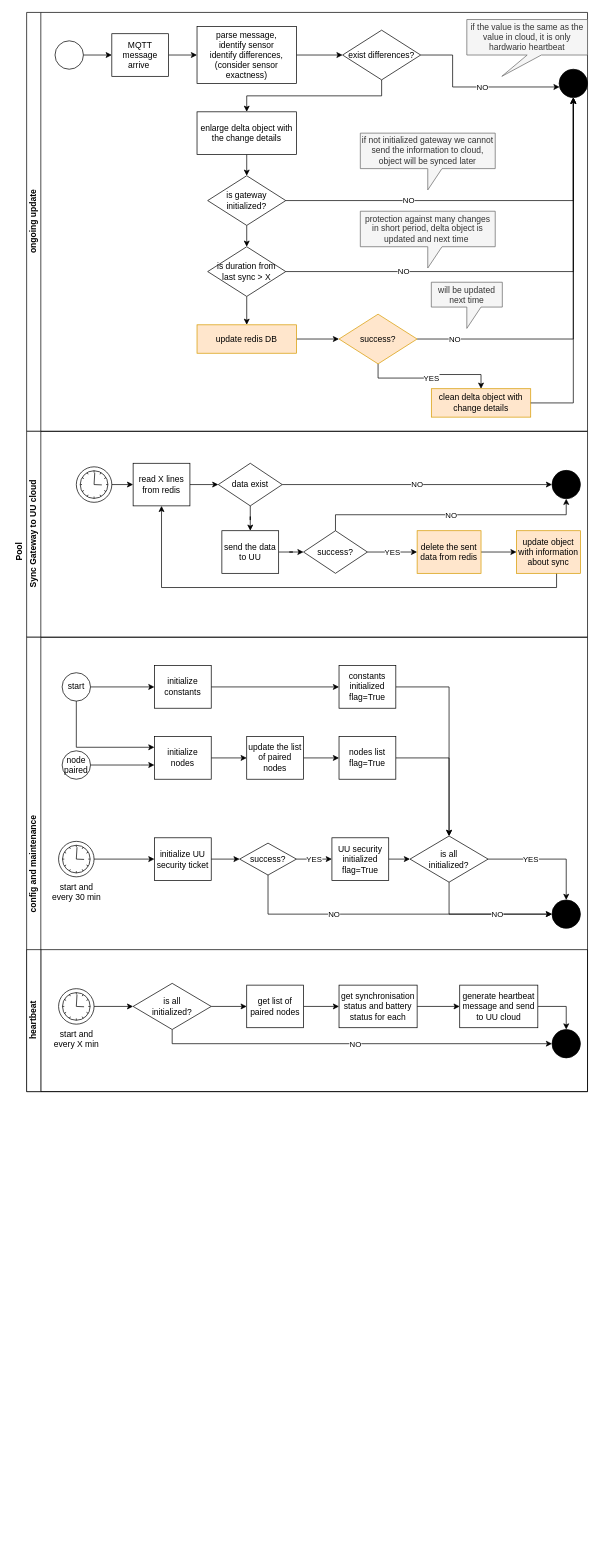
pama78/ucl keeps this draw.io diagram as MIOT swimlines.drawio. Above is the earlier version. Source tidied: cells renumbered, new cells numbered last; positions are measured from the earlier drawing's top-left corner, leaving out a move shared by most shapes. Both pictures are drawn from the tidied source at 71%, with x=0, y=0 at pixel (12, 12).
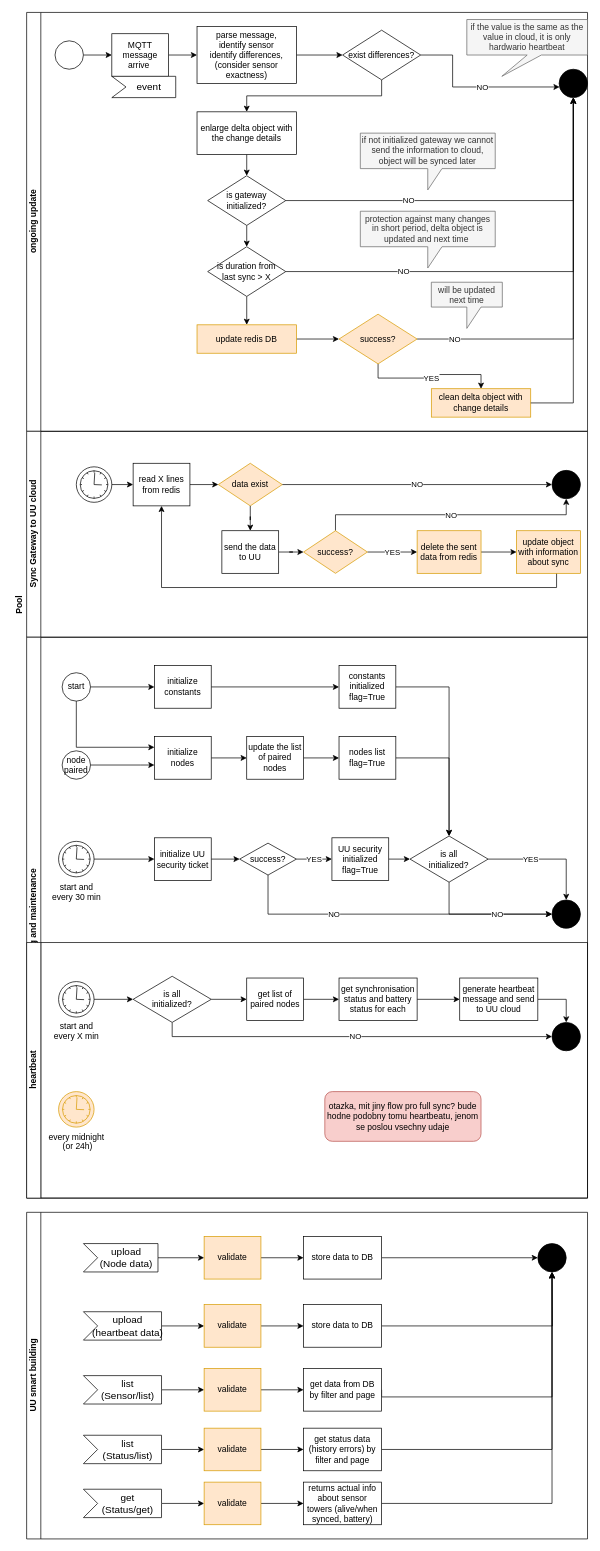
The same page after the edit.

Unchanged cells that the change refers to:
```xml
<mxCell id="3" value="ongoing update" style="swimlane;html=1;startSize=20;horizontal=0;" parent="2" vertex="1">
  <mxGeometry x="20" width="790" height="590" as="geometry" />
</mxCell>
<mxCell id="34" value="Sync Gateway to UU cloud" style="swimlane;html=1;startSize=20;horizontal=0;" parent="2" vertex="1">
  <mxGeometry x="20" y="590" width="790" height="290" as="geometry" />
</mxCell>
```

Change to the diagram source:
```diff
@@
     <mxCell id="2" value="Pool" style="swimlane;html=1;horizontal=0;startSize=20;strokeColor=#FFFFFF;" parent="1" vertex="1">
-      <mxGeometry width="810" height="1520" as="geometry" />
+      <mxGeometry width="810" height="1670" as="geometry" />
     </mxCell>
@@
+    <mxCell id="96" value="event" style="html=1;shape=mxgraph.infographic.ribbonSimple;notch1=20;notch2=0;align=center;verticalAlign=middle;fontSize=14;fontStyle=0;fillColor=#FFFFFF;flipH=0;spacingRight=0;spacingLeft=14;" parent="3" vertex="1">
+      <mxGeometry x="120" y="90" width="90" height="30" as="geometry" />
+    </mxCell>
@@
-    <mxCell id="38" value="data exist" style="rhombus;whiteSpace=wrap;html=1;fontFamily=Helvetica;fontSize=12;fontColor=#000000;align=center;" parent="34" vertex="1">
+    <mxCell id="38" value="data exist" style="rhombus;whiteSpace=wrap;html=1;fontFamily=Helvetica;fontSize=12;align=center;fillColor=#ffe6cc;strokeColor=#d79b00;" parent="34" vertex="1">
       <mxGeometry x="270" y="45" width="90" height="60" as="geometry" />
     </mxCell>
@@
-    <mxCell id="47" value="success?" style="rhombus;whiteSpace=wrap;html=1;fontFamily=Helvetica;fontSize=12;fontColor=#000000;align=center;" parent="34" vertex="1">
+    <mxCell id="47" value="success?" style="rhombus;whiteSpace=wrap;html=1;fontFamily=Helvetica;fontSize=12;align=center;fillColor=#ffe6cc;strokeColor=#d79b00;" parent="34" vertex="1">
       <mxGeometry x="390" y="140" width="90" height="60" as="geometry" />
     </mxCell>
@@
     <mxCell id="52" value="config and maintenance" style="swimlane;html=1;startSize=20;horizontal=0;" parent="2" vertex="1">
-      <mxGeometry x="20" y="880" width="790" height="640" as="geometry" />
+      <mxGeometry x="20" y="880" width="790" height="790" as="geometry" />
     </mxCell>
@@
     <mxCell id="82" value="heartbeat" style="swimlane;html=1;startSize=20;horizontal=0;" parent="52" vertex="1">
-      <mxGeometry y="440" width="790" height="200" as="geometry" />
+      <mxGeometry y="430" width="790" height="360" as="geometry" />
     </mxCell>
@@
+    <mxCell id="97" value="otazka, mit jiny flow pro full sync? bude hodne podobny tomu heartbeatu, jenom se poslou vsechny udaje" style="rounded=1;whiteSpace=wrap;html=1;fillColor=#f8cecc;strokeColor=#b85450;" parent="82" vertex="1">
+      <mxGeometry x="420" y="210" width="220" height="70" as="geometry" />
+    </mxCell>
+    <mxCell id="98" value="every midnight&lt;br&gt;&amp;nbsp;(or 24h)&lt;br&gt;" style="shape=mxgraph.bpmn.shape;html=1;verticalLabelPosition=bottom;labelBackgroundColor=#ffffff;verticalAlign=top;align=center;perimeter=ellipsePerimeter;outline=standard;symbol=timer;fillColor=#ffe6cc;strokeColor=#d79b00;" parent="82" vertex="1">
+      <mxGeometry x="45" y="210" width="50" height="50" as="geometry" />
+    </mxCell>
@@
+    <mxCell id="99" value="UU smart building" style="swimlane;html=1;startSize=20;horizontal=0;" parent="1" vertex="1">
+      <mxGeometry x="20" y="1690" width="790" height="460" as="geometry" />
+    </mxCell>
+    <mxCell id="100" style="edgeStyle=orthogonalEdgeStyle;rounded=0;jettySize=auto;html=1;exitX=1;exitY=0.5;exitDx=0;exitDy=0;" parent="99" edge="1" source="101" target="103">
+      <mxGeometry relative="1" as="geometry" />
+    </mxCell>
+    <mxCell id="101" value="validate" style="rounded=0;whiteSpace=wrap;html=1;fontFamily=Helvetica;fontSize=12;align=center;fillColor=#ffe6cc;strokeColor=#d79b00;" parent="99" vertex="1">
+      <mxGeometry x="250" y="34" width="80" height="60" as="geometry" />
+    </mxCell>
+    <mxCell id="102" style="edgeStyle=orthogonalEdgeStyle;rounded=0;jettySize=auto;html=1;exitX=1;exitY=0.5;exitDx=0;exitDy=0;" parent="99" edge="1" source="103" target="114">
+      <mxGeometry relative="1" as="geometry" />
+    </mxCell>
+    <mxCell id="103" value="store data to DB" style="rounded=0;whiteSpace=wrap;html=1;fontFamily=Helvetica;fontSize=12;fontColor=#000000;align=center;" parent="99" vertex="1">
+      <mxGeometry x="390" y="34" width="110" height="60" as="geometry" />
+    </mxCell>
+    <mxCell id="104" style="edgeStyle=orthogonalEdgeStyle;rounded=0;jettySize=auto;html=1;" parent="99" edge="1" source="105" target="101">
+      <mxGeometry relative="1" as="geometry" />
+    </mxCell>
+    <mxCell id="105" value="upload &lt;br&gt;(Node data)" style="html=1;shape=mxgraph.infographic.ribbonSimple;notch1=20;notch2=0;align=center;verticalAlign=middle;fontSize=14;fontStyle=0;fillColor=#FFFFFF;flipH=0;spacingRight=0;spacingLeft=14;" parent="99" vertex="1">
+      <mxGeometry x="80" y="44" width="105" height="40" as="geometry" />
+    </mxCell>
+    <mxCell id="106" style="edgeStyle=orthogonalEdgeStyle;rounded=0;jettySize=auto;html=1;exitX=1;exitY=0.5;exitDx=0;exitDy=0;exitPerimeter=0;entryX=0;entryY=0.5;entryDx=0;entryDy=0;" parent="99" edge="1" source="107" target="109">
+      <mxGeometry relative="1" as="geometry" />
+    </mxCell>
+    <mxCell id="107" value="upload &lt;br&gt;(heartbeat data)" style="html=1;shape=mxgraph.infographic.ribbonSimple;notch1=20;notch2=0;align=center;verticalAlign=middle;fontSize=14;fontStyle=0;fillColor=#FFFFFF;flipH=0;spacingRight=0;spacingLeft=14;" parent="99" vertex="1">
+      <mxGeometry x="80" y="140" width="110" height="40" as="geometry" />
+    </mxCell>
+    <mxCell id="108" style="edgeStyle=orthogonalEdgeStyle;rounded=0;jettySize=auto;html=1;exitX=1;exitY=0.5;exitDx=0;exitDy=0;entryX=0;entryY=0.5;entryDx=0;entryDy=0;" parent="99" edge="1" source="109" target="111">
+      <mxGeometry relative="1" as="geometry" />
+    </mxCell>
+    <mxCell id="109" value="validate" style="rounded=0;whiteSpace=wrap;html=1;fontFamily=Helvetica;fontSize=12;align=center;fillColor=#ffe6cc;strokeColor=#d79b00;" parent="99" vertex="1">
+      <mxGeometry x="250" y="130" width="80" height="60" as="geometry" />
+    </mxCell>
+    <mxCell id="110" style="edgeStyle=orthogonalEdgeStyle;rounded=0;jettySize=auto;html=1;exitX=1;exitY=0.5;exitDx=0;exitDy=0;" parent="99" edge="1" source="111">
+      <mxGeometry relative="1" as="geometry">
+        <mxPoint x="740" y="85" as="targetPoint" />
+      </mxGeometry>
+    </mxCell>
+    <mxCell id="111" value="store data to DB" style="rounded=0;whiteSpace=wrap;html=1;fontFamily=Helvetica;fontSize=12;fontColor=#000000;align=center;" parent="99" vertex="1">
+      <mxGeometry x="390" y="130" width="110" height="60" as="geometry" />
+    </mxCell>
+    <mxCell id="112" style="edgeStyle=orthogonalEdgeStyle;rounded=0;jettySize=auto;html=1;exitX=1;exitY=0.5;exitDx=0;exitDy=0;exitPerimeter=0;entryX=0;entryY=0.5;entryDx=0;entryDy=0;" parent="99" edge="1" source="113" target="116">
+      <mxGeometry relative="1" as="geometry" />
+    </mxCell>
+    <mxCell id="113" value="list &lt;br&gt;(Sensor/list)" style="html=1;shape=mxgraph.infographic.ribbonSimple;notch1=20;notch2=0;align=center;verticalAlign=middle;fontSize=14;fontStyle=0;fillColor=#FFFFFF;flipH=0;spacingRight=0;spacingLeft=14;" parent="99" vertex="1">
+      <mxGeometry x="80" y="230" width="110" height="40" as="geometry" />
+    </mxCell>
+    <mxCell id="114" style="ellipse;whiteSpace=wrap;html=1;fillColor=#000000;" parent="99" vertex="1">
+      <mxGeometry x="720" y="44" width="40" height="40" as="geometry" />
+    </mxCell>
+    <mxCell id="115" style="edgeStyle=orthogonalEdgeStyle;rounded=0;jettySize=auto;html=1;exitX=1;exitY=0.5;exitDx=0;exitDy=0;" parent="99" edge="1" source="116" target="122">
+      <mxGeometry relative="1" as="geometry" />
+    </mxCell>
+    <mxCell id="116" value="validate" style="rounded=0;whiteSpace=wrap;html=1;fontFamily=Helvetica;fontSize=12;align=center;fillColor=#ffe6cc;strokeColor=#d79b00;" parent="99" vertex="1">
+      <mxGeometry x="250" y="220" width="80" height="60" as="geometry" />
+    </mxCell>
+    <mxCell id="117" style="edgeStyle=orthogonalEdgeStyle;rounded=0;jettySize=auto;html=1;exitX=1;exitY=0.5;exitDx=0;exitDy=0;exitPerimeter=0;" parent="99" edge="1" source="118" target="120">
+      <mxGeometry relative="1" as="geometry" />
+    </mxCell>
+    <mxCell id="118" value="list &lt;br&gt;(Status/list)" style="html=1;shape=mxgraph.infographic.ribbonSimple;notch1=20;notch2=0;align=center;verticalAlign=middle;fontSize=14;fontStyle=0;fillColor=#FFFFFF;flipH=0;spacingRight=0;spacingLeft=14;" parent="99" vertex="1">
+      <mxGeometry x="80" y="314" width="110" height="40" as="geometry" />
+    </mxCell>
+    <mxCell id="119" style="edgeStyle=orthogonalEdgeStyle;rounded=0;jettySize=auto;html=1;exitX=1;exitY=0.5;exitDx=0;exitDy=0;" parent="99" edge="1" source="120" target="124">
+      <mxGeometry relative="1" as="geometry" />
+    </mxCell>
+    <mxCell id="120" value="validate" style="rounded=0;whiteSpace=wrap;html=1;fontFamily=Helvetica;fontSize=12;align=center;fillColor=#ffe6cc;strokeColor=#d79b00;" parent="99" vertex="1">
+      <mxGeometry x="250" y="304" width="80" height="60" as="geometry" />
+    </mxCell>
+    <mxCell id="121" style="edgeStyle=orthogonalEdgeStyle;rounded=0;jettySize=auto;html=1;exitX=1;exitY=0.5;exitDx=0;exitDy=0;entryX=0.5;entryY=1;entryDx=0;entryDy=0;" parent="99" edge="1" source="122" target="114">
+      <mxGeometry relative="1" as="geometry">
+        <Array as="points">
+          <mxPoint x="500" y="260" />
+          <mxPoint x="740" y="260" />
+        </Array>
+      </mxGeometry>
+    </mxCell>
+    <mxCell id="122" value="get data from DB &lt;br&gt;by filter and page" style="rounded=0;whiteSpace=wrap;html=1;fontFamily=Helvetica;fontSize=12;fontColor=#000000;align=center;" parent="99" vertex="1">
+      <mxGeometry x="390" y="220" width="110" height="60" as="geometry" />
+    </mxCell>
+    <mxCell id="123" style="edgeStyle=orthogonalEdgeStyle;rounded=0;jettySize=auto;html=1;" parent="99" edge="1" source="124" target="114">
+      <mxGeometry relative="1" as="geometry" />
+    </mxCell>
+    <mxCell id="124" value="get status data (history errors) by filter and page" style="rounded=0;whiteSpace=wrap;html=1;fontFamily=Helvetica;fontSize=12;fontColor=#000000;align=center;" parent="99" vertex="1">
+      <mxGeometry x="390" y="304" width="110" height="60" as="geometry" />
+    </mxCell>
+    <mxCell id="125" style="edgeStyle=orthogonalEdgeStyle;rounded=0;jettySize=auto;html=1;exitX=1;exitY=0.5;exitDx=0;exitDy=0;exitPerimeter=0;" parent="99" edge="1" source="126" target="128">
+      <mxGeometry relative="1" as="geometry" />
+    </mxCell>
+    <mxCell id="126" value="get&lt;br&gt;(Status/get)" style="html=1;shape=mxgraph.infographic.ribbonSimple;notch1=20;notch2=0;align=center;verticalAlign=middle;fontSize=14;fontStyle=0;fillColor=#FFFFFF;flipH=0;spacingRight=0;spacingLeft=14;" parent="99" vertex="1">
+      <mxGeometry x="80" y="390" width="110" height="40" as="geometry" />
+    </mxCell>
+    <mxCell id="127" style="edgeStyle=orthogonalEdgeStyle;rounded=0;jettySize=auto;html=1;" parent="99" edge="1" source="128" target="130">
+      <mxGeometry relative="1" as="geometry" />
+    </mxCell>
+    <mxCell id="128" value="validate" style="rounded=0;whiteSpace=wrap;html=1;fontFamily=Helvetica;fontSize=12;align=center;fillColor=#ffe6cc;strokeColor=#d79b00;" parent="99" vertex="1">
+      <mxGeometry x="250" y="380" width="80" height="60" as="geometry" />
+    </mxCell>
+    <mxCell id="129" style="edgeStyle=orthogonalEdgeStyle;rounded=0;jettySize=auto;html=1;" parent="99" edge="1" source="130" target="114">
+      <mxGeometry relative="1" as="geometry" />
+    </mxCell>
+    <mxCell id="130" value="returns actual info about sensor towers (alive/when synced, battery)" style="rounded=0;whiteSpace=wrap;html=1;fontFamily=Helvetica;fontSize=12;fontColor=#000000;align=center;" parent="99" vertex="1">
+      <mxGeometry x="390" y="380" width="110" height="60" as="geometry" />
+    </mxCell>
```
